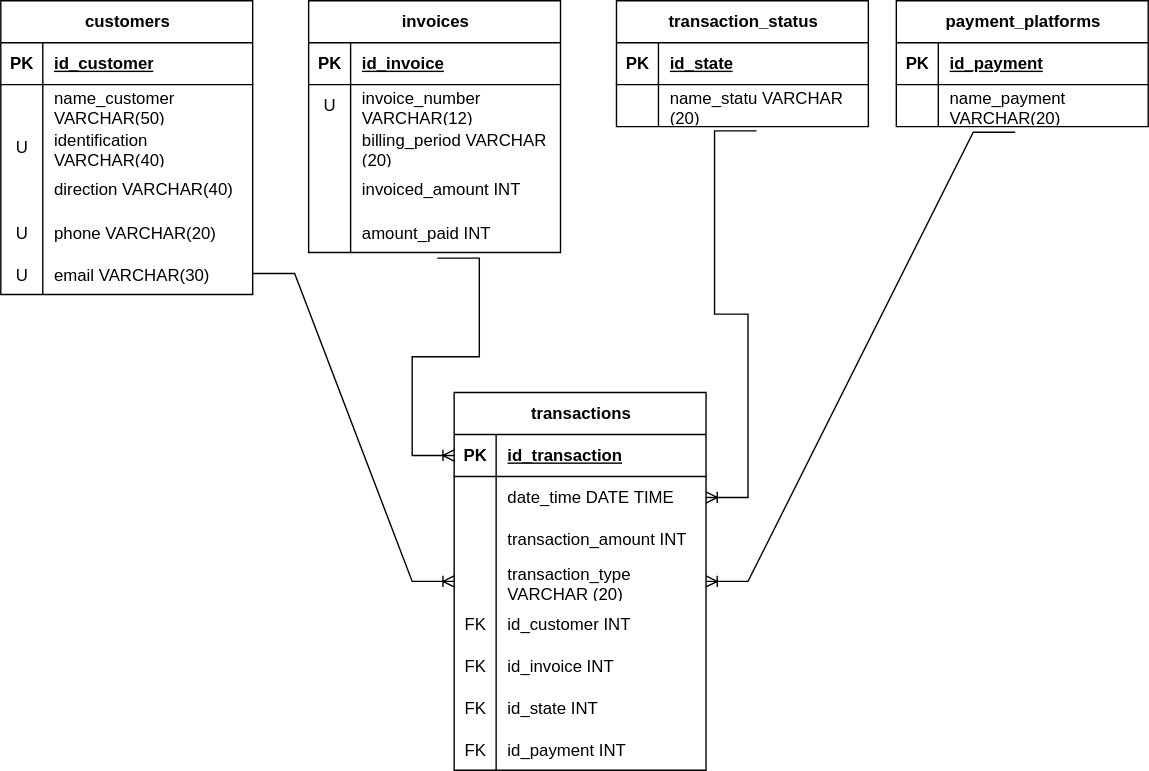
This is docs/Diagrama sin título.drawio.svg from CamiloBytes/ExpertSoft, a draw.io export, as it was before one commit. Source tidied: cells renumbered, new cells last; positions are measured from the earlier drawing's top-left corner, leaving out a move shared by most shapes.
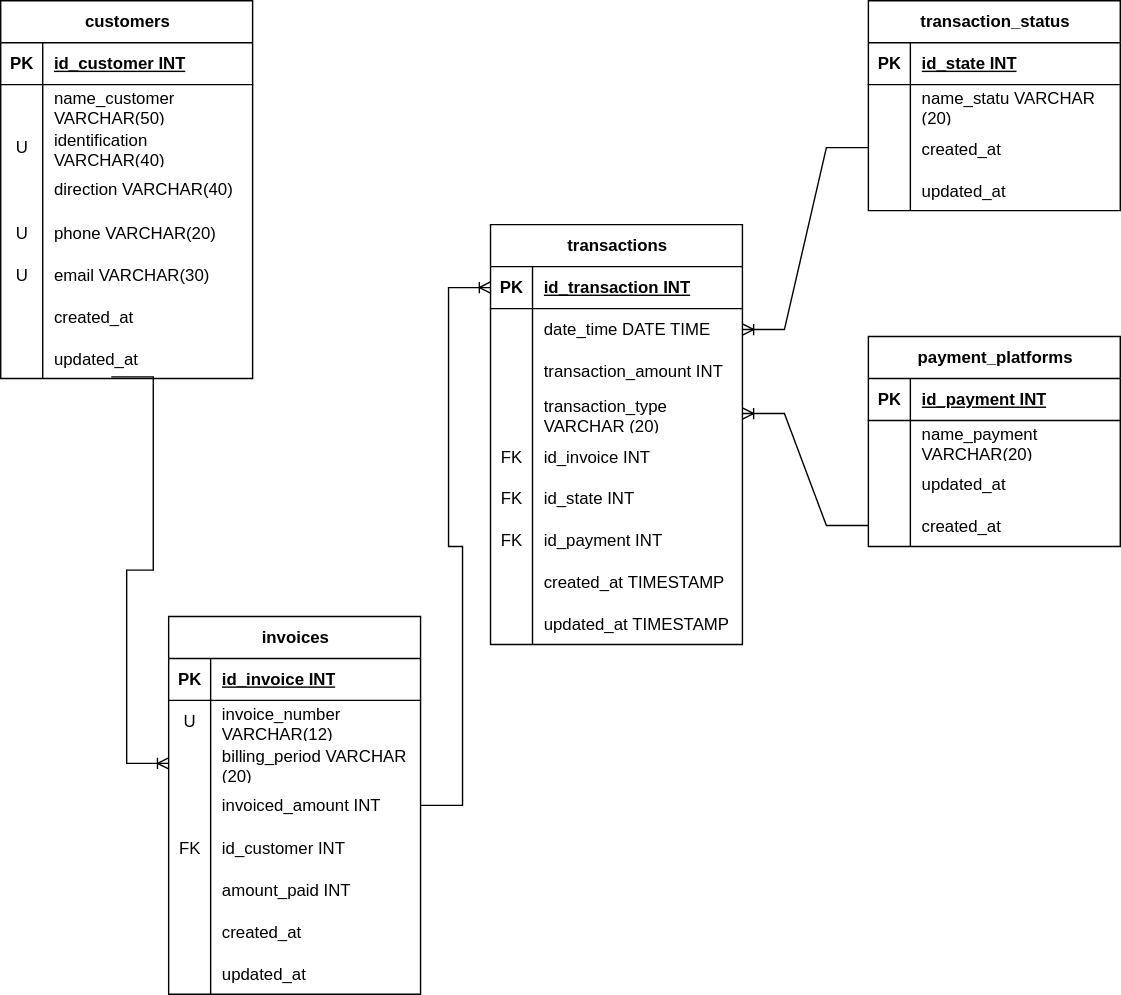
The same diagram one commit later.

Diff of the diagram source:
```diff
@@ -5,3 +5,3 @@
     <mxCell id="2" value="customers" style="shape=table;startSize=30;rowLines=0;fontStyle=1;align=center;html=1;" parent="1" vertex="1">
-      <mxGeometry width="180" height="210" as="geometry" />
+      <mxGeometry width="180" height="270" as="geometry" />
     </mxCell>
@@ -13,3 +13,3 @@
     </mxCell>
-    <mxCell id="5" value="id_customer" style="shape=partialRectangle;fillColor=none;top=0;left=0;bottom=0;right=0;align=left;spacingLeft=6;fontStyle=5;overflow=hidden;whiteSpace=wrap;html=1;" parent="3" vertex="1">
+    <mxCell id="5" value="id_customer INT" style="shape=partialRectangle;fillColor=none;top=0;left=0;bottom=0;right=0;align=left;spacingLeft=6;fontStyle=5;overflow=hidden;whiteSpace=wrap;html=1;" parent="3" vertex="1">
       <mxGeometry x="30" width="150" height="30" as="geometry" />
@@ -61,4 +61,22 @@
     </mxCell>
+    <mxCell id="80" style="shape=tableRow;horizontal=0;startSize=0;swimlaneHead=0;swimlaneBody=0;fillColor=none;top=0;left=0;right=0;bottom=0;" parent="2" vertex="1">
+      <mxGeometry y="210" width="180" height="30" as="geometry" />
+    </mxCell>
+    <mxCell id="81" style="shape=partialRectangle;fillColor=none;top=0;left=0;bottom=0;right=0;overflow=hidden;" parent="80" vertex="1">
+      <mxGeometry width="30" height="30" as="geometry" />
+    </mxCell>
+    <mxCell id="82" value="created_at" style="shape=partialRectangle;fillColor=none;top=0;left=0;bottom=0;right=0;align=left;spacingLeft=6;overflow=hidden;" parent="80" vertex="1">
+      <mxGeometry x="30" width="150" height="30" as="geometry" />
+    </mxCell>
+    <mxCell id="83" style="shape=tableRow;horizontal=0;startSize=0;swimlaneHead=0;swimlaneBody=0;fillColor=none;points=[[0,0.5],[1,0.5]];portConstraint=eastwest;top=0;left=0;right=0;bottom=0;" parent="2" vertex="1">
+      <mxGeometry y="240" width="180" height="30" as="geometry" />
+    </mxCell>
+    <mxCell id="84" style="shape=partialRectangle;fillColor=none;top=0;left=0;bottom=0;right=0;overflow=hidden;" parent="83" vertex="1">
+      <mxGeometry width="30" height="30" as="geometry" />
+    </mxCell>
+    <mxCell id="85" value="updated_at" style="shape=partialRectangle;fillColor=none;top=0;left=0;bottom=0;right=0;align=left;spacingLeft=6;overflow=hidden;" parent="83" vertex="1">
+      <mxGeometry x="30" width="150" height="30" as="geometry" />
+    </mxCell>
     <mxCell id="21" value="invoices" style="shape=table;startSize=30;rowLines=0;fontStyle=1;align=center;html=1;" parent="1" vertex="1">
-      <mxGeometry x="220" width="180" height="180" as="geometry" />
+      <mxGeometry x="120" y="440" width="180" height="270" as="geometry" />
     </mxCell>
@@ -70,3 +88,3 @@
     </mxCell>
-    <mxCell id="24" value="id_invoice" style="shape=partialRectangle;fillColor=none;top=0;left=0;bottom=0;right=0;align=left;spacingLeft=6;fontStyle=5;overflow=hidden;whiteSpace=wrap;html=1;" parent="22" vertex="1">
+    <mxCell id="24" value="id_invoice INT" style="shape=partialRectangle;fillColor=none;top=0;left=0;bottom=0;right=0;align=left;spacingLeft=6;fontStyle=5;overflow=hidden;whiteSpace=wrap;html=1;" parent="22" vertex="1">
       <mxGeometry x="30" width="150" height="30" as="geometry" />
@@ -100,4 +118,13 @@
     </mxCell>
+    <mxCell id="64" style="shape=tableRow;horizontal=0;startSize=0;swimlaneHead=0;swimlaneBody=0;fillColor=none;top=0;left=0;right=0;bottom=0;" parent="21" vertex="1">
+      <mxGeometry y="150" width="180" height="30" as="geometry" />
+    </mxCell>
+    <mxCell id="65" value="FK" style="shape=partialRectangle;fillColor=none;top=0;left=0;bottom=0;right=0;overflow=hidden;" parent="64" vertex="1">
+      <mxGeometry width="30" height="30" as="geometry" />
+    </mxCell>
+    <mxCell id="66" value="id_customer INT" style="shape=partialRectangle;fillColor=none;top=0;left=0;bottom=0;right=0;align=left;spacingLeft=6;overflow=hidden;" parent="64" vertex="1">
+      <mxGeometry x="30" width="150" height="30" as="geometry" />
+    </mxCell>
     <mxCell id="34" style="shape=tableRow;horizontal=0;startSize=0;swimlaneHead=0;swimlaneBody=0;fillColor=none;points=[[0,0.5],[1,0.5]];portConstraint=eastwest;top=0;left=0;right=0;bottom=0;" parent="21" vertex="1">
-      <mxGeometry y="150" width="180" height="30" as="geometry" />
+      <mxGeometry y="180" width="180" height="30" as="geometry" />
     </mxCell>
@@ -109,4 +136,22 @@
     </mxCell>
+    <mxCell id="86" style="shape=tableRow;horizontal=0;startSize=0;swimlaneHead=0;swimlaneBody=0;fillColor=none;top=0;left=0;right=0;bottom=0;" parent="21" vertex="1">
+      <mxGeometry y="210" width="180" height="30" as="geometry" />
+    </mxCell>
+    <mxCell id="87" style="shape=partialRectangle;fillColor=none;top=0;left=0;bottom=0;right=0;overflow=hidden;" parent="86" vertex="1">
+      <mxGeometry width="30" height="30" as="geometry" />
+    </mxCell>
+    <mxCell id="88" value="created_at" style="shape=partialRectangle;fillColor=none;top=0;left=0;bottom=0;right=0;align=left;spacingLeft=6;overflow=hidden;" parent="86" vertex="1">
+      <mxGeometry x="30" width="150" height="30" as="geometry" />
+    </mxCell>
+    <mxCell id="89" style="shape=tableRow;horizontal=0;startSize=0;swimlaneHead=0;swimlaneBody=0;fillColor=none;top=0;left=0;right=0;bottom=0;" parent="21" vertex="1">
+      <mxGeometry y="240" width="180" height="30" as="geometry" />
+    </mxCell>
+    <mxCell id="90" style="shape=partialRectangle;fillColor=none;top=0;left=0;bottom=0;right=0;overflow=hidden;" parent="89" vertex="1">
+      <mxGeometry width="30" height="30" as="geometry" />
+    </mxCell>
+    <mxCell id="91" value="updated_at" style="shape=partialRectangle;fillColor=none;top=0;left=0;bottom=0;right=0;align=left;spacingLeft=6;overflow=hidden;" parent="89" vertex="1">
+      <mxGeometry x="30" width="150" height="30" as="geometry" />
+    </mxCell>
     <mxCell id="37" value="transaction_status" style="shape=table;startSize=30;rowLines=0;fontStyle=1;align=center;html=1;" parent="1" vertex="1">
-      <mxGeometry x="440" width="180" height="90" as="geometry" />
+      <mxGeometry x="620" width="180" height="150" as="geometry" />
     </mxCell>
@@ -118,3 +163,3 @@
     </mxCell>
-    <mxCell id="40" value="id_state" style="shape=partialRectangle;fillColor=none;top=0;left=0;bottom=0;right=0;align=left;spacingLeft=6;fontStyle=5;overflow=hidden;whiteSpace=wrap;html=1;" parent="38" vertex="1">
+    <mxCell id="40" value="id_state INT" style="shape=partialRectangle;fillColor=none;top=0;left=0;bottom=0;right=0;align=left;spacingLeft=6;fontStyle=5;overflow=hidden;whiteSpace=wrap;html=1;" parent="38" vertex="1">
       <mxGeometry x="30" width="150" height="30" as="geometry" />
@@ -130,4 +175,22 @@
     </mxCell>
+    <mxCell id="92" style="shape=tableRow;horizontal=0;startSize=0;swimlaneHead=0;swimlaneBody=0;fillColor=none;points=[[0,0.5],[1,0.5]];portConstraint=eastwest;top=0;left=0;right=0;bottom=0;" parent="37" vertex="1">
+      <mxGeometry y="90" width="180" height="30" as="geometry" />
+    </mxCell>
+    <mxCell id="93" style="shape=partialRectangle;fillColor=none;top=0;left=0;bottom=0;right=0;overflow=hidden;" parent="92" vertex="1">
+      <mxGeometry width="30" height="30" as="geometry" />
+    </mxCell>
+    <mxCell id="94" value="created_at" style="shape=partialRectangle;fillColor=none;top=0;left=0;bottom=0;right=0;align=left;spacingLeft=6;overflow=hidden;" parent="92" vertex="1">
+      <mxGeometry x="30" width="150" height="30" as="geometry" />
+    </mxCell>
+    <mxCell id="95" style="shape=tableRow;horizontal=0;startSize=0;swimlaneHead=0;swimlaneBody=0;fillColor=none;top=0;left=0;right=0;bottom=0;" parent="37" vertex="1">
+      <mxGeometry y="120" width="180" height="30" as="geometry" />
+    </mxCell>
+    <mxCell id="96" style="shape=partialRectangle;fillColor=none;top=0;left=0;bottom=0;right=0;overflow=hidden;" parent="95" vertex="1">
+      <mxGeometry width="30" height="30" as="geometry" />
+    </mxCell>
+    <mxCell id="97" value="updated_at" style="shape=partialRectangle;fillColor=none;top=0;left=0;bottom=0;right=0;align=left;spacingLeft=6;overflow=hidden;" parent="95" vertex="1">
+      <mxGeometry x="30" width="150" height="30" as="geometry" />
+    </mxCell>
     <mxCell id="44" value="payment_platforms" style="shape=table;startSize=30;rowLines=0;fontStyle=1;align=center;html=1;" parent="1" vertex="1">
-      <mxGeometry x="640" width="180" height="90" as="geometry" />
+      <mxGeometry x="620" y="240" width="180" height="150" as="geometry" />
     </mxCell>
@@ -139,3 +202,3 @@
     </mxCell>
-    <mxCell id="47" value="id_payment" style="shape=partialRectangle;fillColor=none;top=0;left=0;bottom=0;right=0;align=left;spacingLeft=6;fontStyle=5;overflow=hidden;whiteSpace=wrap;html=1;" parent="45" vertex="1">
+    <mxCell id="47" value="id_payment INT" style="shape=partialRectangle;fillColor=none;top=0;left=0;bottom=0;right=0;align=left;spacingLeft=6;fontStyle=5;overflow=hidden;whiteSpace=wrap;html=1;" parent="45" vertex="1">
       <mxGeometry x="30" width="150" height="30" as="geometry" />
@@ -151,4 +214,22 @@
     </mxCell>
+    <mxCell id="98" style="shape=tableRow;horizontal=0;startSize=0;swimlaneHead=0;swimlaneBody=0;fillColor=none;top=0;left=0;right=0;bottom=0;" parent="44" vertex="1">
+      <mxGeometry y="90" width="180" height="30" as="geometry" />
+    </mxCell>
+    <mxCell id="99" style="shape=partialRectangle;fillColor=none;top=0;left=0;bottom=0;right=0;overflow=hidden;" parent="98" vertex="1">
+      <mxGeometry width="30" height="30" as="geometry" />
+    </mxCell>
+    <mxCell id="100" value="updated_at" style="shape=partialRectangle;fillColor=none;top=0;left=0;bottom=0;right=0;align=left;spacingLeft=6;overflow=hidden;" parent="98" vertex="1">
+      <mxGeometry x="30" width="150" height="30" as="geometry" />
+    </mxCell>
+    <mxCell id="101" style="shape=tableRow;horizontal=0;startSize=0;swimlaneHead=0;swimlaneBody=0;fillColor=none;points=[[0,0.5],[1,0.5]];portConstraint=eastwest;top=0;left=0;right=0;bottom=0;" parent="44" vertex="1">
+      <mxGeometry y="120" width="180" height="30" as="geometry" />
+    </mxCell>
+    <mxCell id="102" style="shape=partialRectangle;fillColor=none;top=0;left=0;bottom=0;right=0;overflow=hidden;" parent="101" vertex="1">
+      <mxGeometry width="30" height="30" as="geometry" />
+    </mxCell>
+    <mxCell id="103" value="created_at" style="shape=partialRectangle;fillColor=none;top=0;left=0;bottom=0;right=0;align=left;spacingLeft=6;overflow=hidden;" parent="101" vertex="1">
+      <mxGeometry x="30" width="150" height="30" as="geometry" />
+    </mxCell>
     <mxCell id="51" value="transactions" style="shape=table;startSize=30;rowLines=0;fontStyle=1;align=center;html=1;" parent="1" vertex="1">
-      <mxGeometry x="324" y="280" width="180" height="270" as="geometry" />
+      <mxGeometry x="350" y="160" width="180" height="300" as="geometry" />
     </mxCell>
@@ -160,3 +241,3 @@
     </mxCell>
-    <mxCell id="54" value="id_transaction" style="shape=partialRectangle;fillColor=none;top=0;left=0;bottom=0;right=0;align=left;spacingLeft=6;fontStyle=5;overflow=hidden;whiteSpace=wrap;html=1;" parent="52" vertex="1">
+    <mxCell id="54" value="id_transaction INT" style="shape=partialRectangle;fillColor=none;top=0;left=0;bottom=0;right=0;align=left;spacingLeft=6;fontStyle=5;overflow=hidden;whiteSpace=wrap;html=1;" parent="52" vertex="1">
       <mxGeometry x="30" width="150" height="30" as="geometry" />
@@ -190,13 +271,4 @@
     </mxCell>
-    <mxCell id="64" style="shape=tableRow;horizontal=0;startSize=0;swimlaneHead=0;swimlaneBody=0;fillColor=none;top=0;left=0;right=0;bottom=0;" parent="51" vertex="1">
-      <mxGeometry y="150" width="180" height="30" as="geometry" />
-    </mxCell>
-    <mxCell id="65" value="FK" style="shape=partialRectangle;fillColor=none;top=0;left=0;bottom=0;right=0;overflow=hidden;" parent="64" vertex="1">
-      <mxGeometry width="30" height="30" as="geometry" />
-    </mxCell>
-    <mxCell id="66" value="id_customer INT" style="shape=partialRectangle;fillColor=none;top=0;left=0;bottom=0;right=0;align=left;spacingLeft=6;overflow=hidden;" parent="64" vertex="1">
-      <mxGeometry x="30" width="150" height="30" as="geometry" />
-    </mxCell>
     <mxCell id="67" style="shape=tableRow;horizontal=0;startSize=0;swimlaneHead=0;swimlaneBody=0;fillColor=none;top=0;left=0;right=0;bottom=0;" parent="51" vertex="1">
-      <mxGeometry y="180" width="180" height="30" as="geometry" />
+      <mxGeometry y="150" width="180" height="30" as="geometry" />
     </mxCell>
@@ -209,3 +281,3 @@
     <mxCell id="70" style="shape=tableRow;horizontal=0;startSize=0;swimlaneHead=0;swimlaneBody=0;fillColor=none;top=0;left=0;right=0;bottom=0;" parent="51" vertex="1">
-      <mxGeometry y="210" width="180" height="30" as="geometry" />
+      <mxGeometry y="180" width="180" height="30" as="geometry" />
     </mxCell>
@@ -218,3 +290,3 @@
     <mxCell id="73" style="shape=tableRow;horizontal=0;startSize=0;swimlaneHead=0;swimlaneBody=0;fillColor=none;top=0;left=0;right=0;bottom=0;" parent="51" vertex="1">
-      <mxGeometry y="240" width="180" height="30" as="geometry" />
+      <mxGeometry y="210" width="180" height="30" as="geometry" />
     </mxCell>
@@ -226,12 +298,30 @@
     </mxCell>
+    <mxCell id="104" style="shape=tableRow;horizontal=0;startSize=0;swimlaneHead=0;swimlaneBody=0;fillColor=none;top=0;left=0;right=0;bottom=0;" parent="51" vertex="1">
+      <mxGeometry y="240" width="180" height="30" as="geometry" />
+    </mxCell>
+    <mxCell id="105" style="shape=partialRectangle;fillColor=none;top=0;left=0;bottom=0;right=0;overflow=hidden;" parent="104" vertex="1">
+      <mxGeometry width="30" height="30" as="geometry" />
+    </mxCell>
+    <mxCell id="106" value="created_at TIMESTAMP" style="shape=partialRectangle;fillColor=none;top=0;left=0;bottom=0;right=0;align=left;spacingLeft=6;overflow=hidden;" parent="104" vertex="1">
+      <mxGeometry x="30" width="150" height="30" as="geometry" />
+    </mxCell>
+    <mxCell id="107" style="shape=tableRow;horizontal=0;startSize=0;swimlaneHead=0;swimlaneBody=0;fillColor=none;top=0;left=0;right=0;bottom=0;" parent="51" vertex="1">
+      <mxGeometry y="270" width="180" height="30" as="geometry" />
+    </mxCell>
+    <mxCell id="108" style="shape=partialRectangle;fillColor=none;top=0;left=0;bottom=0;right=0;overflow=hidden;" parent="107" vertex="1">
+      <mxGeometry width="30" height="30" as="geometry" />
+    </mxCell>
+    <mxCell id="109" value="updated_at TIMESTAMP" style="shape=partialRectangle;fillColor=none;top=0;left=0;bottom=0;right=0;align=left;spacingLeft=6;overflow=hidden;" parent="107" vertex="1">
+      <mxGeometry x="30" width="150" height="30" as="geometry" />
+    </mxCell>
-    <mxCell id="76" style="edgeStyle=entityRelationEdgeStyle;fontSize=12;html=1;endArrow=ERoneToMany;rounded=0;entryX=0;entryY=0.5;entryDx=0;entryDy=0;exitX=1;exitY=0.5;exitDx=0;exitDy=0;" parent="1" edge="1" source="18" target="61">
+    <mxCell id="76" style="edgeStyle=entityRelationEdgeStyle;fontSize=12;html=1;endArrow=ERoneToMany;rounded=0;entryX=0;entryY=0.5;entryDx=0;entryDy=0;exitX=0.439;exitY=0.959;exitDx=0;exitDy=0;exitPerimeter=0;" parent="1" edge="1" source="83" target="28">
       <mxGeometry relative="1" as="geometry" />
     </mxCell>
-    <mxCell id="77" style="edgeStyle=entityRelationEdgeStyle;fontSize=12;html=1;endArrow=ERoneToMany;rounded=0;exitX=0.511;exitY=1.133;exitDx=0;exitDy=0;exitPerimeter=0;entryX=0;entryY=0.5;entryDx=0;entryDy=0;" parent="1" edge="1" source="34" target="52">
+    <mxCell id="77" style="edgeStyle=entityRelationEdgeStyle;fontSize=12;html=1;endArrow=ERoneToMany;rounded=0;exitX=1;exitY=0.5;exitDx=0;exitDy=0;entryX=0;entryY=0.5;entryDx=0;entryDy=0;" parent="1" edge="1" source="31" target="52">
       <mxGeometry relative="1" as="geometry" />
     </mxCell>
-    <mxCell id="78" style="edgeStyle=entityRelationEdgeStyle;fontSize=12;html=1;endArrow=ERoneToMany;rounded=0;entryX=1;entryY=0.5;entryDx=0;entryDy=0;exitX=0.556;exitY=1.1;exitDx=0;exitDy=0;exitPerimeter=0;" parent="1" edge="1" source="41" target="55">
+    <mxCell id="78" style="edgeStyle=entityRelationEdgeStyle;fontSize=12;html=1;endArrow=ERoneToMany;rounded=0;entryX=1;entryY=0.5;entryDx=0;entryDy=0;exitX=0;exitY=0.5;exitDx=0;exitDy=0;" parent="1" edge="1" source="92" target="55">
       <mxGeometry relative="1" as="geometry" />
     </mxCell>
-    <mxCell id="79" style="edgeStyle=entityRelationEdgeStyle;fontSize=12;html=1;endArrow=ERoneToMany;rounded=0;entryX=1;entryY=0.5;entryDx=0;entryDy=0;exitX=0.472;exitY=1.133;exitDx=0;exitDy=0;exitPerimeter=0;" parent="1" edge="1" source="48" target="61">
+    <mxCell id="79" style="edgeStyle=entityRelationEdgeStyle;fontSize=12;html=1;endArrow=ERoneToMany;rounded=0;entryX=1;entryY=0.5;entryDx=0;entryDy=0;exitX=0;exitY=0.5;exitDx=0;exitDy=0;" parent="1" edge="1" source="101" target="61">
       <mxGeometry relative="1" as="geometry" />
```
